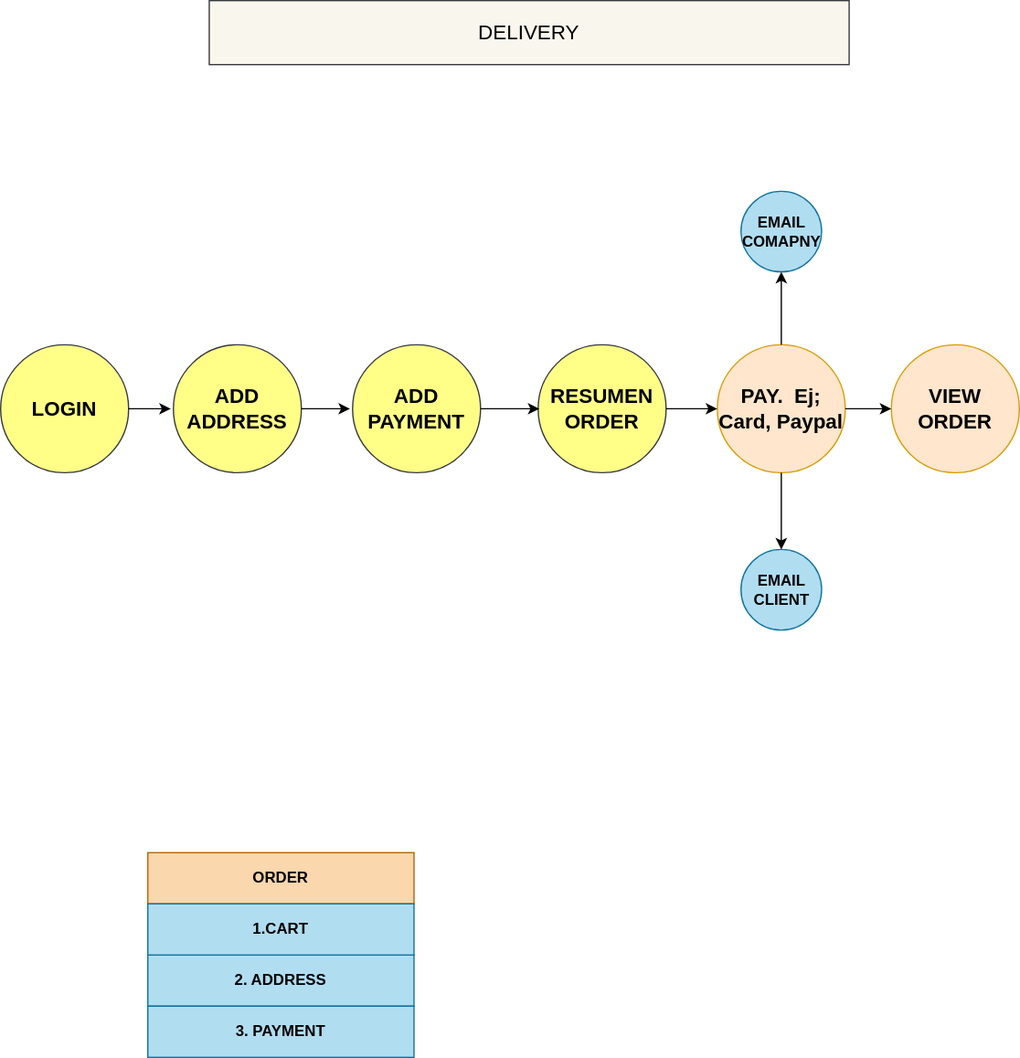
filda1/Script-Code keeps this draw.io diagram as Estructuras App/Fases.drawio.svg. Above is the earlier version. Source tidied: cells renumbered, new cells last; positions are measured from the earlier drawing's top-left corner, leaving out a move shared by most shapes.
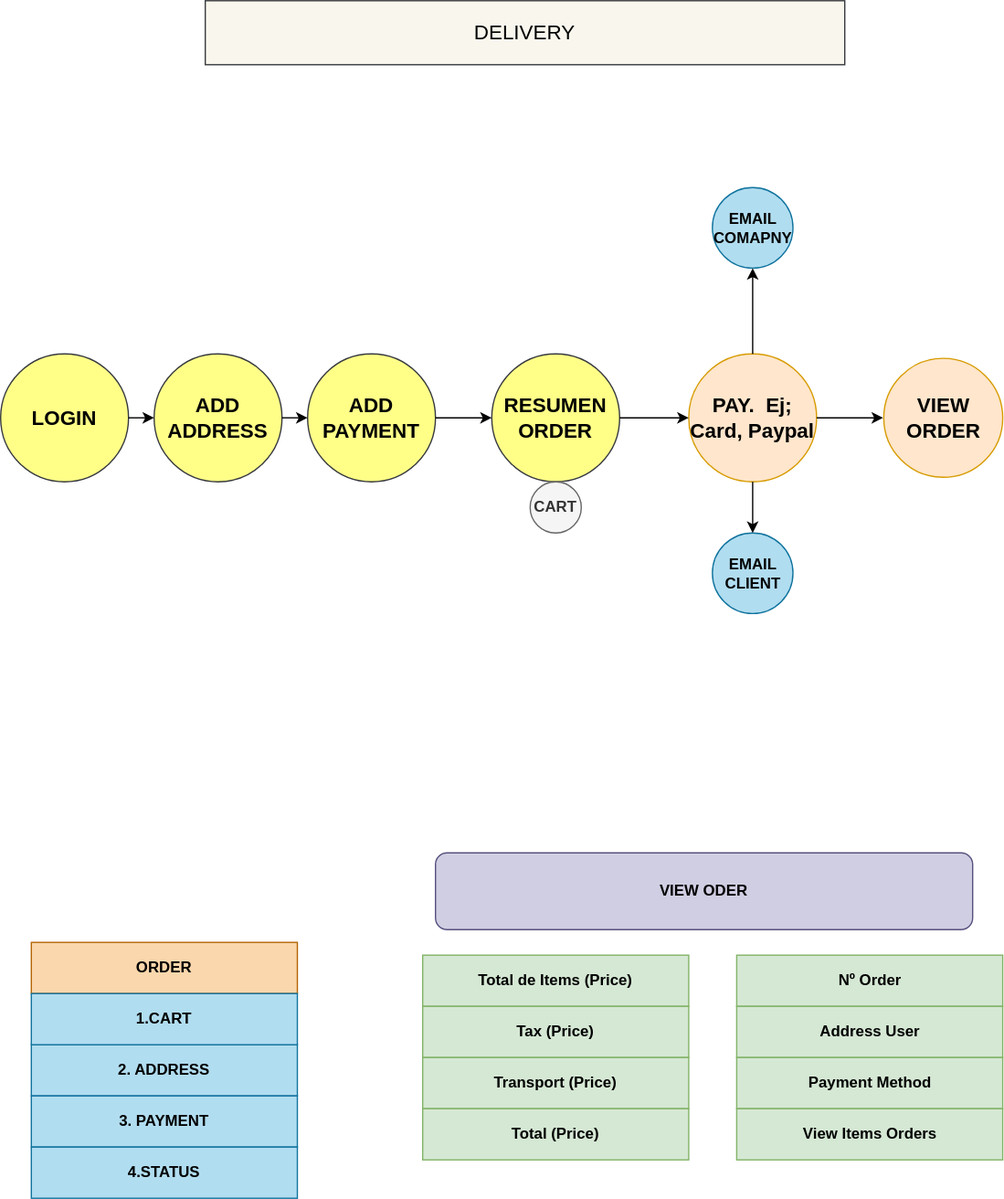
Above is the later version.

The edit, as a diff of the source:
```diff
@@ -3,52 +3,43 @@
     <mxCell id="0" />
     <mxCell id="1" parent="0" />
     <mxCell id="2" value="&lt;b&gt;&lt;font style=&quot;font-size: 16px&quot;&gt;LOGIN&lt;/font&gt;&lt;/b&gt;" style="ellipse;whiteSpace=wrap;html=1;fillColor=#ffff88;strokeColor=#36393d;" parent="1" vertex="1">
-      <mxGeometry y="269" width="100" height="100" as="geometry" />
+      <mxGeometry x="3" y="276" width="100" height="100" as="geometry" />
     </mxCell>
     <mxCell id="3" value="&lt;b&gt;ADD ADDRESS&lt;/b&gt;" style="ellipse;whiteSpace=wrap;html=1;fillColor=#ffff88;strokeColor=#36393d;fontSize=16;" parent="1" vertex="1">
-      <mxGeometry x="135" y="269" width="100" height="100" as="geometry" />
+      <mxGeometry x="123" y="276" width="100" height="100" as="geometry" />
     </mxCell>
     <mxCell id="4" value="&lt;font style=&quot;font-size: 16px&quot;&gt;&lt;b&gt;RESUMEN ORDER&lt;/b&gt;&lt;/font&gt;" style="ellipse;whiteSpace=wrap;html=1;fillColor=#ffff88;strokeColor=#36393d;" parent="1" vertex="1">
-      <mxGeometry x="420" y="269" width="100" height="100" as="geometry" />
+      <mxGeometry x="387" y="276" width="100" height="100" as="geometry" />
     </mxCell>
     <mxCell id="5" value="&lt;b&gt;ADD PAYMENT&lt;/b&gt;" style="ellipse;html=1;fillColor=#ffff88;strokeColor=#36393d;labelBorderColor=none;fontSize=16;whiteSpace=wrap;" parent="1" vertex="1">
-      <mxGeometry x="275" y="269" width="100" height="100" as="geometry" />
+      <mxGeometry x="243" y="276" width="100" height="100" as="geometry" />
     </mxCell>
-    <mxCell id="6" style="endArrow=classic;html=1;rounded=0;exitX=1;exitY=0.5;exitDx=0;exitDy=0;" parent="1" edge="1" source="2">
-      <mxGeometry relative="1" as="geometry">
-        <mxPoint x="133" y="319" as="targetPoint" />
-      </mxGeometry>
+    <mxCell id="6" style="endArrow=classic;html=1;rounded=0;exitX=1;exitY=0.5;exitDx=0;exitDy=0;" parent="1" edge="1" source="2" target="3">
+      <mxGeometry relative="1" as="geometry" />
     </mxCell>
-    <mxCell id="7" style="endArrow=classic;html=1;rounded=0;exitX=1;exitY=0.5;exitDx=0;exitDy=0;" parent="1" edge="1" source="3">
-      <mxGeometry relative="1" as="geometry">
-        <mxPoint x="273" y="319" as="targetPoint" />
-      </mxGeometry>
+    <mxCell id="7" style="endArrow=classic;html=1;rounded=0;exitX=1;exitY=0.5;exitDx=0;exitDy=0;entryX=0;entryY=0.5;entryDx=0;entryDy=0;" parent="1" edge="1" source="3" target="5">
+      <mxGeometry relative="1" as="geometry" />
     </mxCell>
-    <mxCell id="8" style="endArrow=classic;html=1;rounded=0;exitX=1;exitY=0.5;exitDx=0;exitDy=0;" parent="1" edge="1" source="5">
-      <mxGeometry relative="1" as="geometry">
-        <mxPoint x="421" y="319" as="targetPoint" />
-      </mxGeometry>
+    <mxCell id="8" style="endArrow=classic;html=1;rounded=0;exitX=1;exitY=0.5;exitDx=0;exitDy=0;entryX=0;entryY=0.5;entryDx=0;entryDy=0;" parent="1" edge="1" source="5" target="4">
+      <mxGeometry relative="1" as="geometry" />
     </mxCell>
     <mxCell id="9" value="DELIVERY" style="rounded=0;whiteSpace=wrap;html=1;labelBorderColor=none;fontSize=16;fillColor=#f9f7ed;strokeColor=#36393d;" parent="1" vertex="1">
       <mxGeometry x="163" width="500" height="50" as="geometry" />
     </mxCell>
     <mxCell id="10" value="&lt;font style=&quot;font-size: 16px&quot;&gt;&lt;b&gt;PAY.&amp;nbsp; Ej; Card, Paypal&lt;/b&gt;&lt;/font&gt;" style="ellipse;whiteSpace=wrap;html=1;fillColor=#ffe6cc;strokeColor=#d79b00;" parent="1" vertex="1">
-      <mxGeometry x="560" y="269" width="100" height="100" as="geometry" />
+      <mxGeometry x="541" y="276" width="100" height="100" as="geometry" />
     </mxCell>
     <mxCell id="11" value="&lt;font style=&quot;font-size: 16px&quot;&gt;&lt;b&gt;VIEW ORDER&lt;/b&gt;&lt;/font&gt;" style="ellipse;whiteSpace=wrap;html=1;fillColor=#ffe6cc;strokeColor=#d79b00;" parent="1" vertex="1">
-      <mxGeometry x="696" y="269" width="100" height="100" as="geometry" />
+      <mxGeometry x="693.5" y="279.5" width="93" height="93" as="geometry" />
     </mxCell>
     <mxCell id="12" style="endArrow=classic;html=1;rounded=0;entryX=0;entryY=0.5;entryDx=0;entryDy=0;exitX=1;exitY=0.5;exitDx=0;exitDy=0;" parent="1" edge="1" source="4" target="10">
       <mxGeometry relative="1" as="geometry" />
     </mxCell>
-    <mxCell id="13" style="endArrow=classic;html=1;rounded=0;entryX=0;entryY=0.5;entryDx=0;entryDy=0;exitX=1;exitY=0.5;exitDx=0;exitDy=0;" parent="1" edge="1" source="10" target="11">
-      <mxGeometry relative="1" as="geometry" />
-    </mxCell>
     <mxCell id="14" value="&lt;b&gt;EMAIL COMAPNY&lt;/b&gt;" style="ellipse;whiteSpace=wrap;html=1;fillColor=#b1ddf0;strokeColor=#10739e;" parent="1" vertex="1">
-      <mxGeometry x="578.5" y="149" width="63" height="63" as="geometry" />
+      <mxGeometry x="559.5" y="146" width="63" height="63" as="geometry" />
     </mxCell>
     <mxCell id="15" value="&lt;b&gt;EMAIL CLIENT&lt;/b&gt;" style="ellipse;whiteSpace=wrap;html=1;fillColor=#b1ddf0;strokeColor=#10739e;" parent="1" vertex="1">
-      <mxGeometry x="578.5" y="429" width="63" height="63" as="geometry" />
+      <mxGeometry x="559.5" y="416" width="63" height="63" as="geometry" />
     </mxCell>
     <mxCell id="16" style="endArrow=classic;html=1;rounded=0;entryX=0.5;entryY=1;entryDx=0;entryDy=0;exitX=0.5;exitY=0;exitDx=0;exitDy=0;" parent="1" edge="1" source="10" target="14">
       <mxGeometry relative="1" as="geometry" />
@@ -57,16 +48,54 @@
       <mxGeometry relative="1" as="geometry" />
     </mxCell>
     <mxCell id="18" value="&lt;b&gt;ORDER&lt;br&gt;&lt;/b&gt;" style="rounded=0;whiteSpace=wrap;html=1;fillColor=#fad7ac;strokeColor=#b46504;" parent="1" vertex="1">
-      <mxGeometry x="115" y="666" width="208" height="40" as="geometry" />
+      <mxGeometry x="27" y="736" width="208" height="40" as="geometry" />
     </mxCell>
     <mxCell id="19" value="&lt;b&gt;2. ADDRESS&lt;br&gt;&lt;/b&gt;" style="rounded=0;whiteSpace=wrap;html=1;fillColor=#b1ddf0;strokeColor=#10739e;" parent="1" vertex="1">
-      <mxGeometry x="115" y="746" width="208" height="40" as="geometry" />
+      <mxGeometry x="27" y="816" width="208" height="40" as="geometry" />
     </mxCell>
     <mxCell id="20" value="&lt;b&gt;3. PAYMENT&lt;br&gt;&lt;/b&gt;" style="rounded=0;whiteSpace=wrap;html=1;fillColor=#b1ddf0;strokeColor=#10739e;" parent="1" vertex="1">
-      <mxGeometry x="115" y="786" width="208" height="40" as="geometry" />
+      <mxGeometry x="27" y="856" width="208" height="40" as="geometry" />
     </mxCell>
     <mxCell id="21" value="&lt;b&gt;1.CART&lt;br&gt;&lt;/b&gt;" style="rounded=0;whiteSpace=wrap;html=1;fillColor=#b1ddf0;strokeColor=#10739e;" parent="1" vertex="1">
-      <mxGeometry x="115" y="706" width="208" height="40" as="geometry" />
+      <mxGeometry x="27" y="776" width="208" height="40" as="geometry" />
     </mxCell>
+    <mxCell id="22" value="&lt;b&gt;4.STATUS&lt;br&gt;&lt;/b&gt;" style="rounded=0;whiteSpace=wrap;html=1;fillColor=#b1ddf0;strokeColor=#10739e;" parent="1" vertex="1">
+      <mxGeometry x="27" y="896" width="208" height="40" as="geometry" />
+    </mxCell>
+    <mxCell id="23" value="&lt;b&gt;Total de Items (Price)&lt;br&gt;&lt;/b&gt;" style="rounded=0;whiteSpace=wrap;html=1;fillColor=#d5e8d4;strokeColor=#82b366;" parent="1" vertex="1">
+      <mxGeometry x="333" y="746" width="208" height="40" as="geometry" />
+    </mxCell>
+    <mxCell id="24" value="&lt;b&gt;Tax (Price)&lt;br&gt;&lt;/b&gt;" style="rounded=0;whiteSpace=wrap;html=1;fillColor=#d5e8d4;strokeColor=#82b366;" parent="1" vertex="1">
+      <mxGeometry x="333" y="786" width="208" height="40" as="geometry" />
+    </mxCell>
+    <mxCell id="25" value="&lt;b&gt;Transport (Price)&lt;br&gt;&lt;/b&gt;" style="rounded=0;whiteSpace=wrap;html=1;fillColor=#d5e8d4;strokeColor=#82b366;" parent="1" vertex="1">
+      <mxGeometry x="333" y="826" width="208" height="40" as="geometry" />
+    </mxCell>
+    <mxCell id="26" value="&lt;b&gt;Total (Price)&lt;br&gt;&lt;/b&gt;" style="rounded=0;whiteSpace=wrap;html=1;fillColor=#d5e8d4;strokeColor=#82b366;" parent="1" vertex="1">
+      <mxGeometry x="333" y="866" width="208" height="40" as="geometry" />
+    </mxCell>
+    <mxCell id="27" value="&lt;b&gt;Nº Order&lt;br&gt;&lt;/b&gt;" style="rounded=0;whiteSpace=wrap;html=1;fillColor=#d5e8d4;strokeColor=#82b366;" parent="1" vertex="1">
+      <mxGeometry x="578.5" y="746" width="208" height="40" as="geometry" />
+    </mxCell>
+    <mxCell id="28" value="&lt;b&gt;Address User&lt;br&gt;&lt;/b&gt;" style="rounded=0;whiteSpace=wrap;html=1;fillColor=#d5e8d4;strokeColor=#82b366;" parent="1" vertex="1">
+      <mxGeometry x="578.5" y="786" width="208" height="40" as="geometry" />
+    </mxCell>
+    <mxCell id="29" value="&lt;b&gt;Payment Method&lt;br&gt;&lt;/b&gt;" style="rounded=0;whiteSpace=wrap;html=1;fillColor=#d5e8d4;strokeColor=#82b366;" parent="1" vertex="1">
+      <mxGeometry x="578.5" y="826" width="208" height="40" as="geometry" />
+    </mxCell>
+    <mxCell id="30" value="&lt;b&gt;View Items Orders&lt;br&gt;&lt;/b&gt;" style="rounded=0;whiteSpace=wrap;html=1;fillColor=#d5e8d4;strokeColor=#82b366;" parent="1" vertex="1">
+      <mxGeometry x="578.5" y="866" width="208" height="40" as="geometry" />
+    </mxCell>
+    <mxCell id="31" value="&lt;b&gt;VIEW ODER&lt;/b&gt;" style="rounded=1;whiteSpace=wrap;html=1;fillColor=#d0cee2;strokeColor=#56517e;" parent="1" vertex="1">
+      <mxGeometry x="343" y="666" width="420" height="60" as="geometry" />
+    </mxCell>
+    <mxCell id="32" style="endArrow=classic;html=1;rounded=0;exitX=1;exitY=0.5;exitDx=0;exitDy=0;" parent="1" edge="1" source="10">
+      <mxGeometry relative="1" as="geometry">
+        <mxPoint x="693" y="326" as="targetPoint" />
+      </mxGeometry>
+    </mxCell>
+    <mxCell id="33" value="CART" style="ellipse;whiteSpace=wrap;html=1;fontStyle=1;fillColor=#f5f5f5;strokeColor=#666666;fontColor=#333333;" parent="1" vertex="1">
+      <mxGeometry x="417" y="376" width="40" height="40" as="geometry" />
+    </mxCell>
   </root>
 </mxGraphModel>
```
